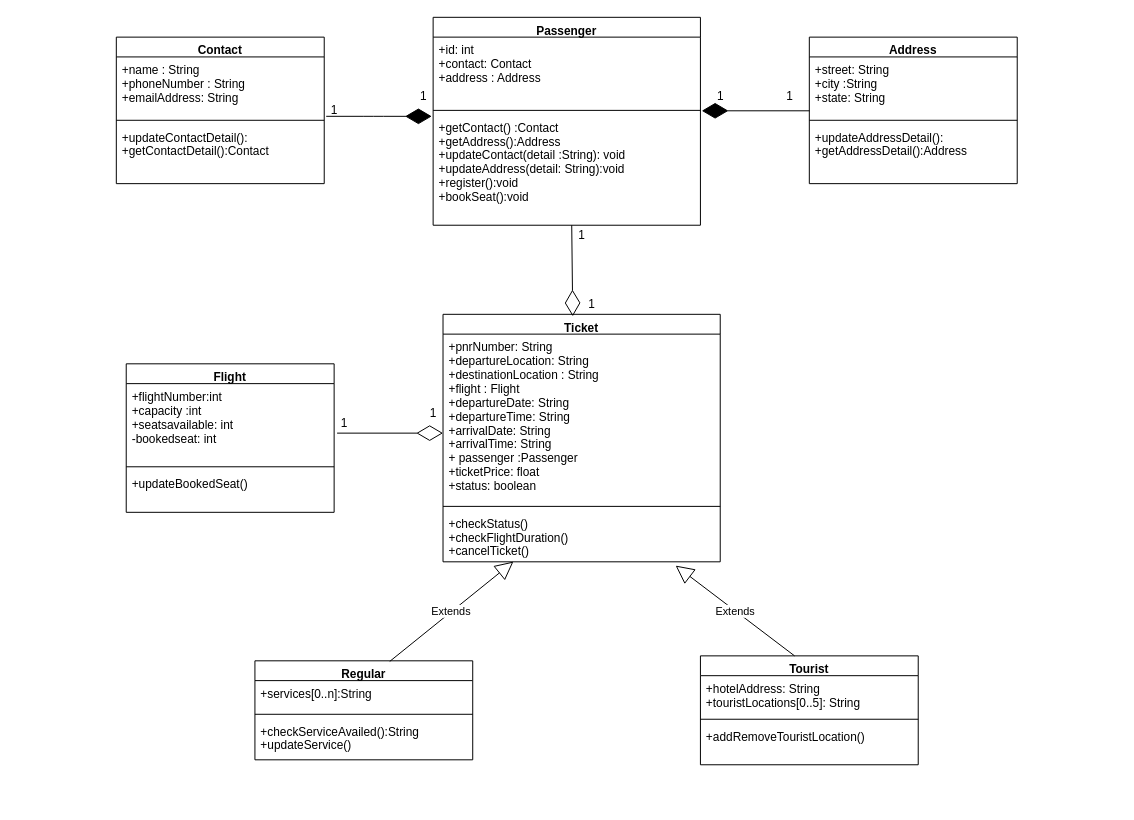
Above: FRS.drawio in Pynbiangborlang/Upgrad_FRS_Project (draw.io), before the change. Source tidied: cells renumbered, new cells numbered last; positions are measured from the earlier drawing's top-left corner, leaving out a move shared by most shapes. Both pictures are drawn from the tidied source at 99%, with x=0, y=0 at pixel (116, 17).
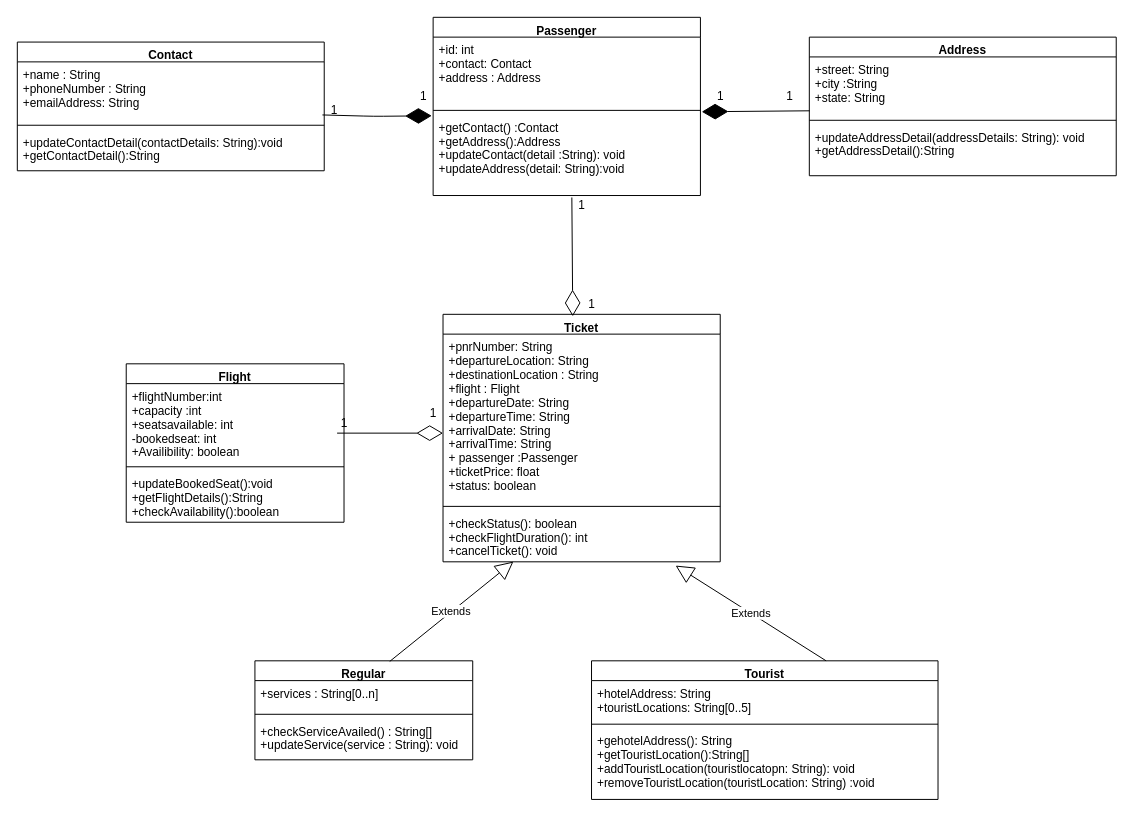
Above is the later version.

Commit message (it also covers changes not shown here):
New FRS class diagram and Modified FRS.drawio file

The change refers to these unchanged cells:
```xml
<mxCell id="14" value="Ticket" style="swimlane;fontStyle=1;align=center;verticalAlign=top;horizontal=1;startSize=20;" parent="1" vertex="1">
  <mxGeometry x="330" y="300" width="280" height="250" as="geometry" />
</mxCell>
<mxCell id="18" value="Regular" style="swimlane;fontStyle=1;align=center;verticalAlign=top;horizontal=1;startSize=20;" parent="1" vertex="1">
  <mxGeometry x="140" y="650" width="220" height="100" as="geometry" />
</mxCell>
<mxCell id="38" value="1" style="text;html=1;align=center;verticalAlign=middle;points=[];strokeColor=none;" parent="1" vertex="1">
  <mxGeometry x="210" y="84" width="20" height="20" as="geometry" />
</mxCell>
```

What changed in the source:
```diff
@@
     <mxCell id="2" value="Passenger" style="swimlane;fontStyle=1;align=center;verticalAlign=top;horizontal=1;startSize=20;" parent="1" vertex="1">
-      <mxGeometry x="320" width="270" height="210" as="geometry" />
+      <mxGeometry x="320" width="270" height="180" as="geometry" />
     </mxCell>
@@
-    <mxCell id="5" value="+getContact() :Contact&#10;+getAddress():Address&#10;+updateContact(detail :String): void&#10;+updateAddress(detail: String):void&#10;+register():void&#10;+bookSeat():void" style="text;strokeColor=none;fillColor=none;align=left;verticalAlign=top;spacingLeft=4;spacingRight=4;overflow=hidden;points=[[0,0.5],[1,0.5]];portConstraint=eastwest;" parent="2" vertex="1">
-      <mxGeometry y="98" width="270" height="112" as="geometry" />
+    <mxCell id="5" value="+getContact() :Contact&#10;+getAddress():Address&#10;+updateContact(detail :String): void&#10;+updateAddress(detail: String):void" style="text;strokeColor=none;fillColor=none;align=left;verticalAlign=top;spacingLeft=4;spacingRight=4;overflow=hidden;points=[[0,0.5],[1,0.5]];portConstraint=eastwest;" parent="2" vertex="1">
+      <mxGeometry y="98" width="270" height="82" as="geometry" />
     </mxCell>
     <mxCell id="6" value="Contact" style="swimlane;fontStyle=1;align=center;verticalAlign=top;horizontal=1;startSize=20;" parent="1" vertex="1">
-      <mxGeometry y="20" width="210" height="148" as="geometry" />
+      <mxGeometry x="-100" y="25" width="310" height="130" as="geometry" />
     </mxCell>
     <mxCell id="7" value="+name : String&#10;+phoneNumber : String&#10;+emailAddress: String" style="text;strokeColor=none;fillColor=none;align=left;verticalAlign=top;spacingLeft=4;spacingRight=4;overflow=hidden;" parent="6" vertex="1">
-      <mxGeometry y="20" width="210" height="60" as="geometry" />
+      <mxGeometry y="20" width="310" height="60" as="geometry" />
     </mxCell>
     <mxCell id="8" style="line;strokeWidth=1;fillColor=none;align=left;verticalAlign=middle;spacingTop=-1;spacingLeft=3;spacingRight=3;labelPosition=right;" parent="6" vertex="1">
-      <mxGeometry y="80" width="210" height="8" as="geometry" />
+      <mxGeometry y="80" width="310" height="8" as="geometry" />
     </mxCell>
-    <mxCell id="9" value="+updateContactDetail():&#10;+getContactDetail():Contact" style="text;strokeColor=none;fillColor=none;align=left;verticalAlign=top;spacingLeft=4;spacingRight=4;overflow=hidden;" parent="6" vertex="1">
-      <mxGeometry y="88" width="210" height="60" as="geometry" />
+    <mxCell id="9" value="+updateContactDetail(contactDetails: String):void&#10;+getContactDetail():String" style="text;strokeColor=none;fillColor=none;align=left;verticalAlign=top;spacingLeft=4;spacingRight=4;overflow=hidden;" parent="6" vertex="1">
+      <mxGeometry y="88" width="310" height="42" as="geometry" />
     </mxCell>
     <mxCell id="10" value="Address" style="swimlane;fontStyle=1;align=center;verticalAlign=top;horizontal=1;startSize=20;" parent="1" vertex="1">
-      <mxGeometry x="700" y="20" width="210" height="148" as="geometry" />
+      <mxGeometry x="700" y="20" width="310" height="140" as="geometry" />
     </mxCell>
     <mxCell id="11" value="+street: String&#10;+city :String&#10;+state: String" style="text;strokeColor=none;fillColor=none;align=left;verticalAlign=top;spacingLeft=4;spacingRight=4;overflow=hidden;points=[[0,0.5],[1,0.5]];portConstraint=eastwest;" parent="10" vertex="1">
-      <mxGeometry y="20" width="210" height="60" as="geometry" />
+      <mxGeometry y="20" width="310" height="60" as="geometry" />
     </mxCell>
     <mxCell id="12" style="line;strokeWidth=1;fillColor=none;align=left;verticalAlign=middle;spacingTop=-1;spacingLeft=3;spacingRight=3;labelPosition=right;" parent="10" vertex="1">
-      <mxGeometry y="80" width="210" height="8" as="geometry" />
+      <mxGeometry y="80" width="310" height="8" as="geometry" />
     </mxCell>
-    <mxCell id="13" value="+updateAddressDetail():&#10;+getAddressDetail():Address" style="text;strokeColor=none;fillColor=none;align=left;verticalAlign=top;spacingLeft=4;spacingRight=4;overflow=hidden;" parent="10" vertex="1">
-      <mxGeometry y="88" width="210" height="60" as="geometry" />
+    <mxCell id="13" value="+updateAddressDetail(addressDetails: String): void&#10;+getAddressDetail():String" style="text;strokeColor=none;fillColor=none;align=left;verticalAlign=top;spacingLeft=4;spacingRight=4;overflow=hidden;" parent="10" vertex="1">
+      <mxGeometry y="88" width="310" height="52" as="geometry" />
     </mxCell>
@@
-    <mxCell id="17" value="+checkStatus()&#10;+checkFlightDuration()&#10;+cancelTicket()" style="text;strokeColor=none;fillColor=none;align=left;verticalAlign=top;spacingLeft=4;spacingRight=4;overflow=hidden;points=[[0,0.5],[1,0.5]];portConstraint=eastwest;" parent="14" vertex="1">
+    <mxCell id="17" value="+checkStatus(): boolean&#10;+checkFlightDuration(): int&#10;+cancelTicket(): void" style="text;strokeColor=none;fillColor=none;align=left;verticalAlign=top;spacingLeft=4;spacingRight=4;overflow=hidden;points=[[0,0.5],[1,0.5]];portConstraint=eastwest;" parent="14" vertex="1">
       <mxGeometry y="198" width="280" height="52" as="geometry" />
     </mxCell>
@@
-    <mxCell id="19" value="+services[0..n]:String" style="text;strokeColor=none;fillColor=none;align=left;verticalAlign=top;spacingLeft=4;spacingRight=4;overflow=hidden;" parent="18" vertex="1">
+    <mxCell id="19" value="+services : String[0..n]" style="text;strokeColor=none;fillColor=none;align=left;verticalAlign=top;spacingLeft=4;spacingRight=4;overflow=hidden;" parent="18" vertex="1">
       <mxGeometry y="20" width="220" height="30" as="geometry" />
     </mxCell>
@@
-    <mxCell id="21" value="+checkServiceAvailed():String&#10;+updateService()" style="text;strokeColor=none;fillColor=none;align=left;verticalAlign=top;spacingLeft=4;spacingRight=4;overflow=hidden;" parent="18" vertex="1">
+    <mxCell id="21" value="+checkServiceAvailed() : String[]&#10;+updateService(service : String): void" style="text;strokeColor=none;fillColor=none;align=left;verticalAlign=top;spacingLeft=4;spacingRight=4;overflow=hidden;" parent="18" vertex="1">
       <mxGeometry y="58" width="220" height="42" as="geometry" />
     </mxCell>
     <mxCell id="22" value="Tourist" style="swimlane;fontStyle=1;align=center;verticalAlign=top;horizontal=1;startSize=20;" parent="1" vertex="1">
-      <mxGeometry x="590" y="645" width="220" height="110" as="geometry" />
+      <mxGeometry x="480" y="650" width="350" height="140" as="geometry" />
     </mxCell>
-    <mxCell id="23" value="+hotelAddress: String&#10;+touristLocations[0..5]: String" style="text;strokeColor=none;fillColor=none;align=left;verticalAlign=top;spacingLeft=4;spacingRight=4;overflow=hidden;" parent="22" vertex="1">
-      <mxGeometry y="20" width="220" height="40" as="geometry" />
+    <mxCell id="23" value="+hotelAddress: String&#10;+touristLocations: String[0..5]" style="text;strokeColor=none;fillColor=none;align=left;verticalAlign=top;spacingLeft=4;spacingRight=4;overflow=hidden;" parent="22" vertex="1">
+      <mxGeometry y="20" width="350" height="40" as="geometry" />
     </mxCell>
     <mxCell id="24" style="line;strokeWidth=1;fillColor=none;align=left;verticalAlign=middle;spacingTop=-1;spacingLeft=3;spacingRight=3;labelPosition=right;" parent="22" vertex="1">
-      <mxGeometry y="60" width="220" height="8" as="geometry" />
+      <mxGeometry y="60" width="350" height="8" as="geometry" />
     </mxCell>
-    <mxCell id="25" value="+addRemoveTouristLocation()" style="text;strokeColor=none;fillColor=none;align=left;verticalAlign=top;spacingLeft=4;spacingRight=4;overflow=hidden;" parent="22" vertex="1">
-      <mxGeometry y="68" width="220" height="42" as="geometry" />
+    <mxCell id="25" value="+gehotelAddress(): String&#10;+getTouristLocation():String[]&#10;+addTouristLocation(touristlocatopn: String): void&#10;+removeTouristLocation(touristLocation: String) :void" style="text;strokeColor=none;fillColor=none;align=left;verticalAlign=top;spacingLeft=4;spacingRight=4;overflow=hidden;" parent="22" vertex="1">
+      <mxGeometry y="68" width="350" height="72" as="geometry" />
     </mxCell>
     <mxCell id="26" value="Flight" style="swimlane;fontStyle=1;align=center;verticalAlign=top;horizontal=1;startSize=20;" parent="1" vertex="1">
-      <mxGeometry x="10" y="350" width="210" height="150" as="geometry" />
+      <mxGeometry x="10" y="350" width="220" height="160" as="geometry" />
     </mxCell>
-    <mxCell id="27" value="+flightNumber:int&#10;+capacity :int&#10;+seatsavailable: int&#10;-bookedseat: int" style="text;strokeColor=none;fillColor=none;align=left;verticalAlign=top;spacingLeft=4;spacingRight=4;overflow=hidden;" parent="26" vertex="1">
-      <mxGeometry y="20" width="210" height="80" as="geometry" />
+    <mxCell id="27" value="+flightNumber:int&#10;+capacity :int&#10;+seatsavailable: int&#10;-bookedseat: int&#10;+Availibility: boolean" style="text;strokeColor=none;fillColor=none;align=left;verticalAlign=top;spacingLeft=4;spacingRight=4;overflow=hidden;" parent="26" vertex="1">
+      <mxGeometry y="20" width="220" height="80" as="geometry" />
     </mxCell>
     <mxCell id="28" style="line;strokeWidth=1;fillColor=none;align=left;verticalAlign=middle;spacingTop=-1;spacingLeft=3;spacingRight=3;labelPosition=right;" parent="26" vertex="1">
-      <mxGeometry y="100" width="210" height="8" as="geometry" />
+      <mxGeometry y="100" width="220" height="8" as="geometry" />
     </mxCell>
-    <mxCell id="29" value="+updateBookedSeat()" style="text;strokeColor=none;fillColor=none;align=left;verticalAlign=top;spacingLeft=4;spacingRight=4;overflow=hidden;" parent="26" vertex="1">
-      <mxGeometry y="108" width="210" height="42" as="geometry" />
+    <mxCell id="29" value="+updateBookedSeat():void&#10;+getFlightDetails():String&#10;+checkAvailability():boolean" style="text;strokeColor=none;fillColor=none;align=left;verticalAlign=top;spacingLeft=4;spacingRight=4;overflow=hidden;" parent="26" vertex="1">
+      <mxGeometry y="108" width="220" height="52" as="geometry" />
     </mxCell>
-    <mxCell id="30" style="endArrow=diamondThin;endFill=1;endSize=24;html=1;entryX=-0.005;entryY=0.018;entryDx=0;entryDy=0;entryPerimeter=0;" parent="1" edge="1" target="5">
+    <mxCell id="30" style="endArrow=diamondThin;endFill=1;endSize=24;html=1;entryX=-0.005;entryY=0.018;entryDx=0;entryDy=0;entryPerimeter=0;exitX=-0.09;exitY=0.73;exitDx=0;exitDy=0;exitPerimeter=0;" parent="1" edge="1" source="38" target="5">
       <mxGeometry relative="1" as="geometry">
-        <mxPoint x="212" y="100" as="sourcePoint" />
         <Array as="points">
           <mxPoint x="260" y="100" />
         </Array>
       </mxGeometry>
     </mxCell>
@@
-    <mxCell id="32" style="endArrow=diamondThin;endFill=0;endSize=24;html=1;entryX=0.468;entryY=0.008;entryDx=0;entryDy=0;entryPerimeter=0;" parent="1" edge="1" target="14">
-      <mxGeometry relative="1" as="geometry">
-        <mxPoint x="460" y="210" as="sourcePoint" />
-      </mxGeometry>
+    <mxCell id="32" style="endArrow=diamondThin;endFill=0;endSize=24;html=1;entryX=0.468;entryY=0.008;entryDx=0;entryDy=0;entryPerimeter=0;exitX=0.519;exitY=1.024;exitDx=0;exitDy=0;exitPerimeter=0;" parent="1" edge="1" source="5" target="14">
+      <mxGeometry relative="1" as="geometry" />
     </mxCell>
@@
     <mxCell id="37" value="1" style="text;html=1;align=center;verticalAlign=middle;strokeColor=none;" parent="1" vertex="1">
-      <mxGeometry x="460" y="210" width="20" height="20" as="geometry" />
+      <mxGeometry x="460" y="180" width="20" height="20" as="geometry" />
     </mxCell>
@@
-    <mxCell id="43" value="Extends" style="endArrow=block;endSize=16;endFill=0;html=1;entryX=0.839;entryY=1.073;entryDx=0;entryDy=0;entryPerimeter=0;exitX=0.619;exitY=0.006;exitDx=0;exitDy=0;exitPerimeter=0;" parent="1" edge="1" target="17">
-      <mxGeometry relative="1" as="geometry">
-        <mxPoint x="685.1" y="645" as="sourcePoint" />
-      </mxGeometry>
+    <mxCell id="43" value="Extends" style="endArrow=block;endSize=16;endFill=0;html=1;entryX=0.839;entryY=1.073;entryDx=0;entryDy=0;entryPerimeter=0;exitX=0.677;exitY=0;exitDx=0;exitDy=0;exitPerimeter=0;" parent="1" edge="1" source="22" target="17">
+      <mxGeometry relative="1" as="geometry" />
     </mxCell>
```
